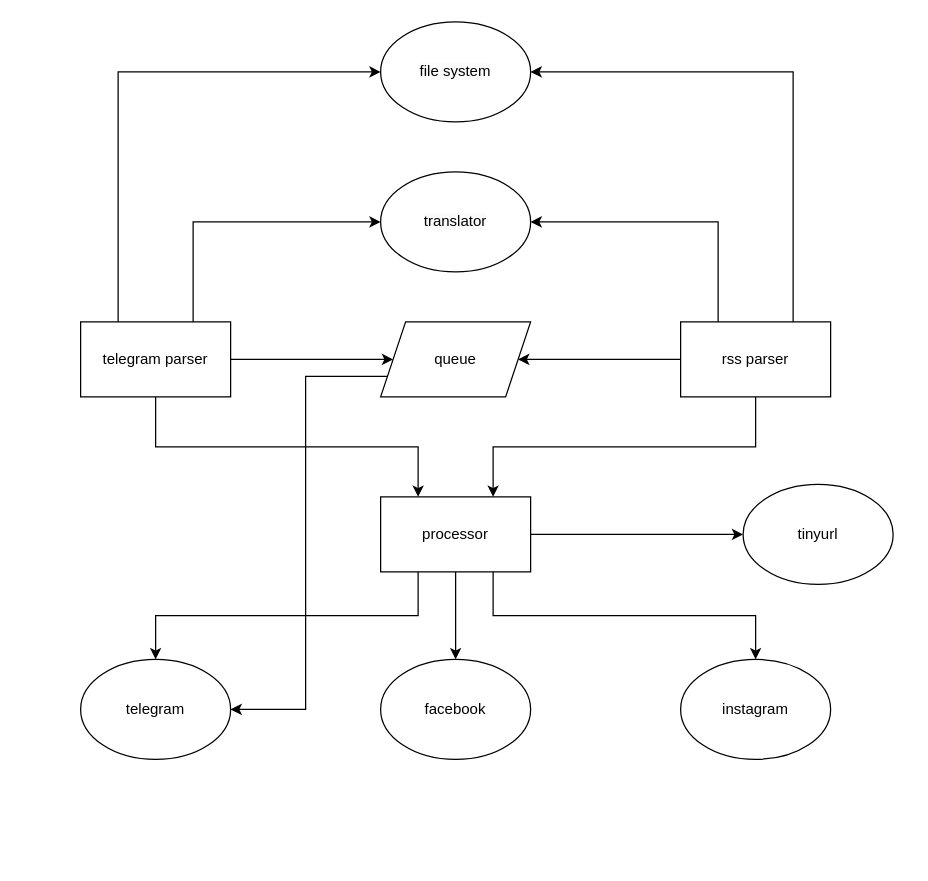
nikit34/bot-portugal-news keeps this draw.io diagram as schema.drawio. Above is the earlier version. Source tidied: cells renumbered, new cells numbered last; positions are measured from the earlier drawing's top-left corner, leaving out a move shared by most shapes. Both pictures are drawn from the tidied source at 125%, with x=0, y=0 at pixel (80, 21).
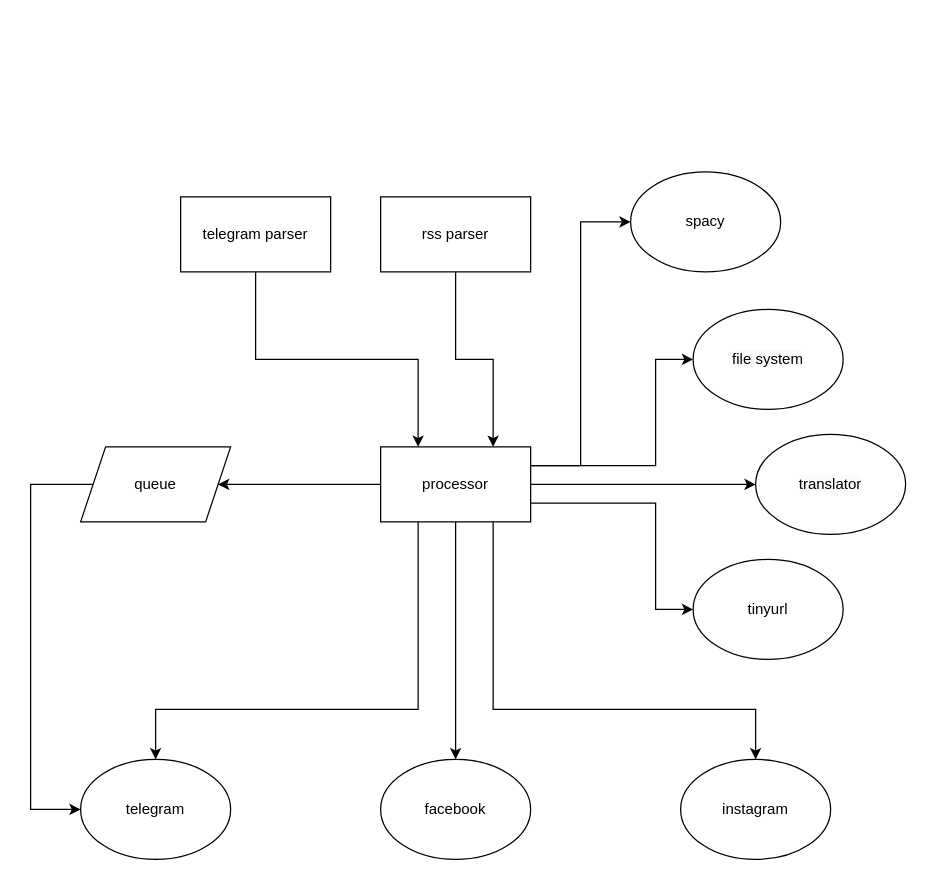
After the change.

What changed in the source:
```diff
@@
     <mxCell id="3" style="edgeStyle=orthogonalEdgeStyle;rounded=0;jettySize=auto;html=1;exitX=0.25;exitY=1;exitDx=0;exitDy=0;entryX=0.5;entryY=0;entryDx=0;entryDy=0;" parent="1" edge="1" source="6" target="18">
-      <mxGeometry relative="1" as="geometry" />
+      <mxGeometry relative="1" as="geometry">
+        <Array as="points">
+          <mxPoint x="270" y="550" />
+          <mxPoint x="60" y="550" />
+        </Array>
+      </mxGeometry>
     </mxCell>
     <mxCell id="4" style="edgeStyle=orthogonalEdgeStyle;rounded=0;jettySize=auto;html=1;exitX=0.75;exitY=1;exitDx=0;exitDy=0;entryX=0.5;entryY=0;entryDx=0;entryDy=0;" parent="1" edge="1" source="6" target="20">
-      <mxGeometry relative="1" as="geometry" />
+      <mxGeometry relative="1" as="geometry">
+        <Array as="points">
+          <mxPoint x="330" y="550" />
+          <mxPoint x="540" y="550" />
+        </Array>
+      </mxGeometry>
     </mxCell>
+    <mxCell id="25" style="edgeStyle=orthogonalEdgeStyle;rounded=0;jettySize=auto;html=1;" parent="1" edge="1" source="6" target="22">
+      <mxGeometry relative="1" as="geometry" />
+    </mxCell>
+    <mxCell id="26" style="edgeStyle=orthogonalEdgeStyle;rounded=0;jettySize=auto;html=1;entryX=0;entryY=0.5;entryDx=0;entryDy=0;exitX=1;exitY=0.25;exitDx=0;exitDy=0;" parent="1" edge="1" source="6" target="17">
+      <mxGeometry relative="1" as="geometry">
+        <Array as="points">
+          <mxPoint x="460" y="355" />
+          <mxPoint x="460" y="270" />
+        </Array>
+      </mxGeometry>
+    </mxCell>
+    <mxCell id="27" style="edgeStyle=orthogonalEdgeStyle;rounded=0;jettySize=auto;html=1;exitX=1;exitY=0.5;exitDx=0;exitDy=0;entryX=0;entryY=0.5;entryDx=0;entryDy=0;" parent="1" edge="1" source="6" target="16">
+      <mxGeometry relative="1" as="geometry">
+        <Array as="points">
+          <mxPoint x="410" y="370" />
+          <mxPoint x="410" y="370" />
+        </Array>
+      </mxGeometry>
+    </mxCell>
-    <mxCell id="5" style="edgeStyle=orthogonalEdgeStyle;rounded=0;jettySize=auto;html=1;entryX=0;entryY=0.5;entryDx=0;entryDy=0;" parent="1" edge="1" source="6" target="24">
-      <mxGeometry relative="1" as="geometry" />
+    <mxCell id="5" style="edgeStyle=orthogonalEdgeStyle;rounded=0;jettySize=auto;html=1;exitX=1;exitY=0.75;exitDx=0;exitDy=0;entryX=0;entryY=0.5;entryDx=0;entryDy=0;" parent="1" edge="1" source="6" target="24">
+      <mxGeometry relative="1" as="geometry">
+        <Array as="points">
+          <mxPoint x="460" y="385" />
+          <mxPoint x="460" y="470" />
+        </Array>
+      </mxGeometry>
     </mxCell>
+    <mxCell id="28" style="edgeStyle=orthogonalEdgeStyle;rounded=0;jettySize=auto;html=1;exitX=1;exitY=0.25;exitDx=0;exitDy=0;entryX=0;entryY=0.5;entryDx=0;entryDy=0;" parent="1" edge="1" source="6" target="29">
+      <mxGeometry relative="1" as="geometry">
+        <Array as="points">
+          <mxPoint x="400" y="355" />
+          <mxPoint x="400" y="160" />
+        </Array>
+      </mxGeometry>
+    </mxCell>
     <mxCell id="6" value="processor" style="rounded=0;whiteSpace=wrap;html=1;" parent="1" vertex="1">
-      <mxGeometry x="240" y="380" width="120" height="60" as="geometry" />
+      <mxGeometry x="240" y="340" width="120" height="60" as="geometry" />
     </mxCell>
-    <mxCell id="7" style="edgeStyle=orthogonalEdgeStyle;rounded=0;jettySize=auto;html=1;exitX=0.75;exitY=0;exitDx=0;exitDy=0;entryX=0;entryY=0.5;entryDx=0;entryDy=0;" parent="1" edge="1" source="10" target="16">
-      <mxGeometry relative="1" as="geometry" />
-    </mxCell>
-    <mxCell id="8" style="edgeStyle=orthogonalEdgeStyle;rounded=0;jettySize=auto;html=1;exitX=0.25;exitY=0;exitDx=0;exitDy=0;entryX=0;entryY=0.5;entryDx=0;entryDy=0;" parent="1" edge="1" source="10" target="17">
-      <mxGeometry relative="1" as="geometry" />
-    </mxCell>
@@
     <mxCell id="10" value="telegram parser" style="rounded=0;whiteSpace=wrap;html=1;" parent="1" vertex="1">
-      <mxGeometry y="240" width="120" height="60" as="geometry" />
+      <mxGeometry x="80" y="140" width="120" height="60" as="geometry" />
     </mxCell>
-    <mxCell id="11" style="edgeStyle=orthogonalEdgeStyle;rounded=0;jettySize=auto;html=1;entryX=1;entryY=0.5;entryDx=0;entryDy=0;exitX=0.25;exitY=0;exitDx=0;exitDy=0;" parent="1" edge="1" source="15" target="16">
-      <mxGeometry relative="1" as="geometry" />
-    </mxCell>
-    <mxCell id="12" style="edgeStyle=orthogonalEdgeStyle;rounded=0;jettySize=auto;html=1;exitX=0.75;exitY=0;exitDx=0;exitDy=0;entryX=1;entryY=0.5;entryDx=0;entryDy=0;" parent="1" edge="1" source="15" target="17">
-      <mxGeometry relative="1" as="geometry" />
-    </mxCell>
@@
-    <mxCell id="14" style="edgeStyle=orthogonalEdgeStyle;rounded=0;jettySize=auto;html=1;entryX=1;entryY=0.5;entryDx=0;entryDy=0;" parent="1" edge="1" source="15" target="22">
-      <mxGeometry relative="1" as="geometry" />
-    </mxCell>
     <mxCell id="15" value="rss parser" style="rounded=0;whiteSpace=wrap;html=1;" parent="1" vertex="1">
-      <mxGeometry x="480" y="240" width="120" height="60" as="geometry" />
+      <mxGeometry x="240" y="140" width="120" height="60" as="geometry" />
     </mxCell>
     <mxCell id="16" value="&lt;span style=&quot;color: rgb(0, 0, 0); font-family: Helvetica; font-size: 12px; font-style: normal; font-variant-ligatures: normal; font-variant-caps: normal; font-weight: 400; letter-spacing: normal; orphans: 2; text-align: center; text-indent: 0px; text-transform: none; widows: 2; word-spacing: 0px; -webkit-text-stroke-width: 0px; background-color: rgb(251, 251, 251); text-decoration-thickness: initial; text-decoration-style: initial; text-decoration-color: initial; float: none; display: inline !important;&quot;&gt;translator&lt;/span&gt;" style="ellipse;whiteSpace=wrap;html=1;" parent="1" vertex="1">
-      <mxGeometry x="240" y="120" width="120" height="80" as="geometry" />
+      <mxGeometry x="540" y="330" width="120" height="80" as="geometry" />
     </mxCell>
     <mxCell id="17" value="&lt;span style=&quot;color: rgb(0, 0, 0); font-family: Helvetica; font-size: 12px; font-style: normal; font-variant-ligatures: normal; font-variant-caps: normal; font-weight: 400; letter-spacing: normal; orphans: 2; text-align: center; text-indent: 0px; text-transform: none; widows: 2; word-spacing: 0px; -webkit-text-stroke-width: 0px; background-color: rgb(251, 251, 251); text-decoration-thickness: initial; text-decoration-style: initial; text-decoration-color: initial; float: none; display: inline !important;&quot;&gt;file system&lt;/span&gt;" style="ellipse;whiteSpace=wrap;html=1;" parent="1" vertex="1">
-      <mxGeometry x="240" width="120" height="80" as="geometry" />
+      <mxGeometry x="490" y="230" width="120" height="80" as="geometry" />
     </mxCell>
     <mxCell id="18" value="telegram" style="ellipse;whiteSpace=wrap;html=1;" parent="1" vertex="1">
-      <mxGeometry y="510" width="120" height="80" as="geometry" />
+      <mxGeometry y="590" width="120" height="80" as="geometry" />
     </mxCell>
     <mxCell id="19" value="facebook" style="ellipse;whiteSpace=wrap;html=1;" parent="1" vertex="1">
-      <mxGeometry x="240" y="510" width="120" height="80" as="geometry" />
+      <mxGeometry x="240" y="590" width="120" height="80" as="geometry" />
     </mxCell>
     <mxCell id="20" value="instagram" style="ellipse;whiteSpace=wrap;html=1;" parent="1" vertex="1">
-      <mxGeometry x="480" y="510" width="120" height="80" as="geometry" />
+      <mxGeometry x="480" y="590" width="120" height="80" as="geometry" />
     </mxCell>
-    <mxCell id="21" style="edgeStyle=orthogonalEdgeStyle;rounded=0;jettySize=auto;html=1;entryX=1;entryY=0.5;entryDx=0;entryDy=0;exitX=0;exitY=0.75;exitDx=0;exitDy=0;" parent="1" edge="1" source="22" target="18">
-      <mxGeometry relative="1" as="geometry" />
+    <mxCell id="21" style="edgeStyle=orthogonalEdgeStyle;rounded=0;jettySize=auto;html=1;entryX=0;entryY=0.5;entryDx=0;entryDy=0;exitX=0;exitY=0.5;exitDx=0;exitDy=0;" parent="1" edge="1" source="22" target="18">
+      <mxGeometry relative="1" as="geometry">
+        <Array as="points">
+          <mxPoint x="-40" y="370" />
+          <mxPoint x="-40" y="630" />
+        </Array>
+      </mxGeometry>
     </mxCell>
     <mxCell id="22" value="queue" style="shape=parallelogram;perimeter=parallelogramPerimeter;whiteSpace=wrap;html=1;fixedSize=1;" parent="1" vertex="1">
-      <mxGeometry x="240" y="240" width="120" height="60" as="geometry" />
+      <mxGeometry y="340" width="120" height="60" as="geometry" />
     </mxCell>
-    <mxCell id="23" style="edgeStyle=orthogonalEdgeStyle;rounded=0;jettySize=auto;html=1;entryX=0;entryY=0.5;entryDx=0;entryDy=0;" parent="1" edge="1" source="10" target="22">
-      <mxGeometry relative="1" as="geometry" />
-    </mxCell>
     <mxCell id="24" value="tinyurl" style="ellipse;whiteSpace=wrap;html=1;" parent="1" vertex="1">
-      <mxGeometry x="530" y="370" width="120" height="80" as="geometry" />
+      <mxGeometry x="490" y="430" width="120" height="80" as="geometry" />
     </mxCell>
+    <mxCell id="29" value="spacy" style="ellipse;whiteSpace=wrap;html=1;" parent="1" vertex="1">
+      <mxGeometry x="440" y="120" width="120" height="80" as="geometry" />
+    </mxCell>
```
